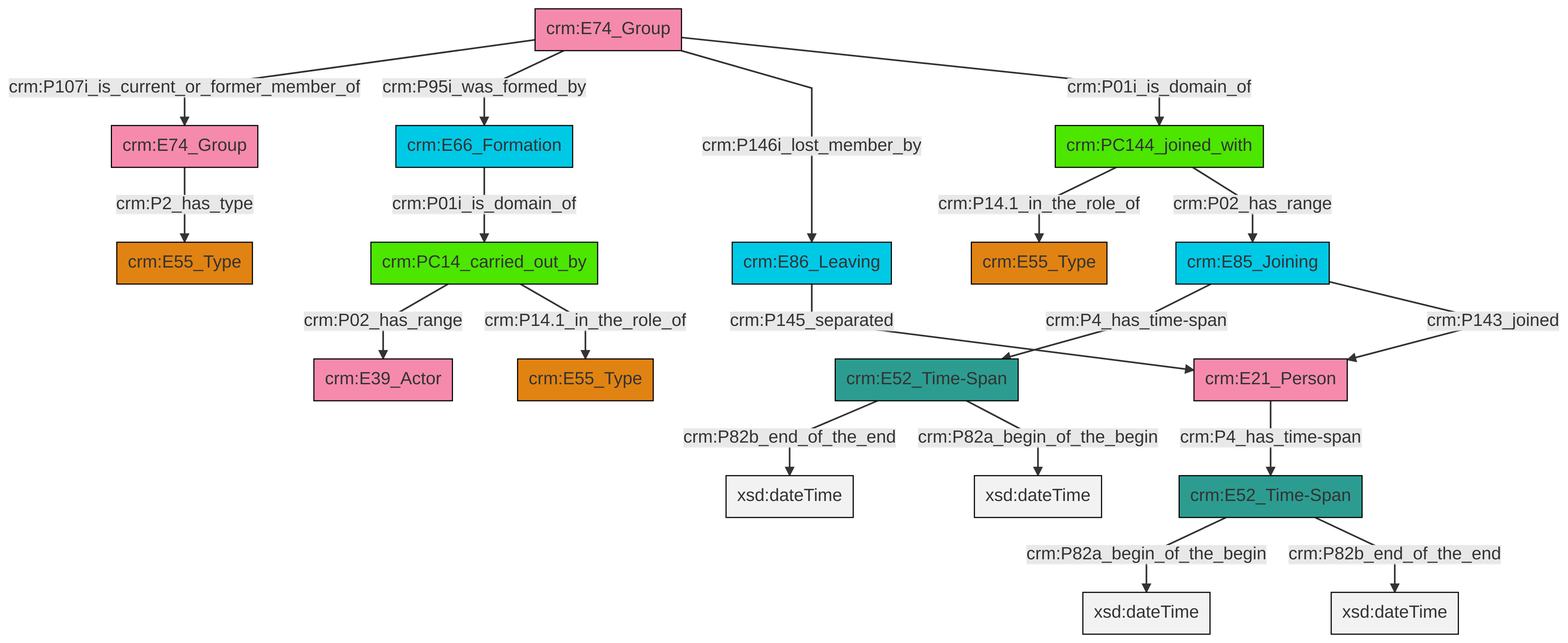
This is et/groupCSV/ttl/mmd/png/group_actor_relations.png from swiss-art-research-net/docs.swissartresearch, a Mermaid export, as it was before one commit. Its source is kept beside it as et/groupCSV/ttl/mmd/group_actor_relations.ttl.mmd. Its diagram source:
```mermaid
graph TD
classDef Literal fill:#f2f2f2,stroke:#000000;
classDef CRM_Entity fill:#FFFFFF,stroke:#000000;
classDef Temporal_Entity fill:#00C9E6, stroke:#000000;
classDef Type fill:#E18312, stroke:#000000;
classDef Time-Span fill:#2C9C91, stroke:#000000;
classDef Appellation fill:#FFEB7F, stroke:#000000;
classDef Place fill:#008836, stroke:#000000;
classDef Persistent_Item fill:#B266B2, stroke:#000000;
classDef Conceptual_Object fill:#FFD700, stroke:#000000;
classDef Physical_Thing fill:#D2B48C, stroke:#000000;
classDef Actor fill:#f58aad, stroke:#000000;
classDef PC_Classes fill:#4ce600, stroke:#000000;
classDef Multi fill:#cccccc,stroke:#000000;

0["crm:E74_Group"]:::Actor -->|crm:P107i_is_current_or_former_member_of| 1["crm:E74_Group"]:::Actor
2["crm:E66_Formation"]:::Temporal_Entity -->|crm:P01i_is_domain_of| 3["crm:PC14_carried_out_by"]:::PC_Classes
5["crm:PC144_joined_with"]:::PC_Classes -->|crm:P14.1_in_the_role_of| 6["crm:E55_Type"]:::Type
7["crm:E52_Time-Span"]:::Time-Span -->|crm:P82a_begin_of_the_begin| 9[xsd:dateTime]:::Literal
12["crm:E52_Time-Span"]:::Time-Span -->|crm:P82b_end_of_the_end| 13[xsd:dateTime]:::Literal
7["crm:E52_Time-Span"]:::Time-Span -->|crm:P82b_end_of_the_end| 16[xsd:dateTime]:::Literal
17["crm:E85_Joining"]:::Temporal_Entity -->|crm:P4_has_time-span| 12["crm:E52_Time-Span"]:::Time-Span
14["crm:E21_Person"]:::Actor -->|crm:P4_has_time-span| 7["crm:E52_Time-Span"]:::Time-Span
0["crm:E74_Group"]:::Actor -->|crm:P95i_was_formed_by| 2["crm:E66_Formation"]:::Temporal_Entity
17["crm:E85_Joining"]:::Temporal_Entity -->|crm:P143_joined| 14["crm:E21_Person"]:::Actor
5["crm:PC144_joined_with"]:::PC_Classes -->|crm:P02_has_range| 17["crm:E85_Joining"]:::Temporal_Entity
3["crm:PC14_carried_out_by"]:::PC_Classes -->|crm:P02_has_range| 22["crm:E39_Actor"]:::Actor
28["crm:E86_Leaving"]:::Temporal_Entity -->|crm:P145_separated| 14["crm:E21_Person"]:::Actor
0["crm:E74_Group"]:::Actor -->|crm:P146i_lost_member_by| 28["crm:E86_Leaving"]:::Temporal_Entity
12["crm:E52_Time-Span"]:::Time-Span -->|crm:P82a_begin_of_the_begin| 33[xsd:dateTime]:::Literal
1["crm:E74_Group"]:::Actor -->|crm:P2_has_type| 19["crm:E55_Type"]:::Type
3["crm:PC14_carried_out_by"]:::PC_Classes -->|crm:P14.1_in_the_role_of| 10["crm:E55_Type"]:::Type
0["crm:E74_Group"]:::Actor -->|crm:P01i_is_domain_of| 5["crm:PC144_joined_with"]:::PC_Classes
```
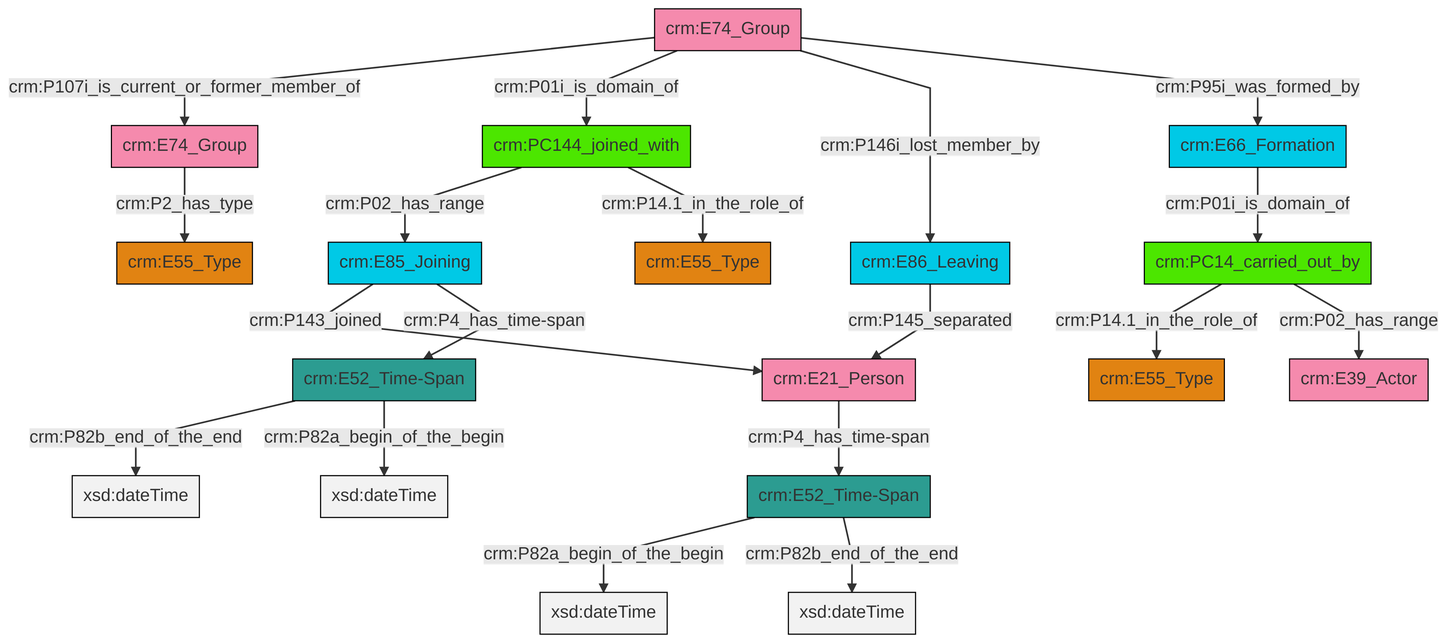
Later version of the same file.

What changed in the source:
```diff
@@ -13,21 +13,21 @@
 classDef PC_Classes fill:#4ce600, stroke:#000000;
 classDef Multi fill:#cccccc,stroke:#000000;
 
-0["crm:E74_Group"]:::Actor -->|crm:P107i_is_current_or_former_member_of| 1["crm:E74_Group"]:::Actor
-2["crm:E66_Formation"]:::Temporal_Entity -->|crm:P01i_is_domain_of| 3["crm:PC14_carried_out_by"]:::PC_Classes
-5["crm:PC144_joined_with"]:::PC_Classes -->|crm:P14.1_in_the_role_of| 6["crm:E55_Type"]:::Type
-7["crm:E52_Time-Span"]:::Time-Span -->|crm:P82a_begin_of_the_begin| 9[xsd:dateTime]:::Literal
-12["crm:E52_Time-Span"]:::Time-Span -->|crm:P82b_end_of_the_end| 13[xsd:dateTime]:::Literal
-7["crm:E52_Time-Span"]:::Time-Span -->|crm:P82b_end_of_the_end| 16[xsd:dateTime]:::Literal
-17["crm:E85_Joining"]:::Temporal_Entity -->|crm:P4_has_time-span| 12["crm:E52_Time-Span"]:::Time-Span
-14["crm:E21_Person"]:::Actor -->|crm:P4_has_time-span| 7["crm:E52_Time-Span"]:::Time-Span
-0["crm:E74_Group"]:::Actor -->|crm:P95i_was_formed_by| 2["crm:E66_Formation"]:::Temporal_Entity
-17["crm:E85_Joining"]:::Temporal_Entity -->|crm:P143_joined| 14["crm:E21_Person"]:::Actor
-5["crm:PC144_joined_with"]:::PC_Classes -->|crm:P02_has_range| 17["crm:E85_Joining"]:::Temporal_Entity
-3["crm:PC14_carried_out_by"]:::PC_Classes -->|crm:P02_has_range| 22["crm:E39_Actor"]:::Actor
-28["crm:E86_Leaving"]:::Temporal_Entity -->|crm:P145_separated| 14["crm:E21_Person"]:::Actor
-0["crm:E74_Group"]:::Actor -->|crm:P146i_lost_member_by| 28["crm:E86_Leaving"]:::Temporal_Entity
-12["crm:E52_Time-Span"]:::Time-Span -->|crm:P82a_begin_of_the_begin| 33[xsd:dateTime]:::Literal
-1["crm:E74_Group"]:::Actor -->|crm:P2_has_type| 19["crm:E55_Type"]:::Type
-3["crm:PC14_carried_out_by"]:::PC_Classes -->|crm:P14.1_in_the_role_of| 10["crm:E55_Type"]:::Type
-0["crm:E74_Group"]:::Actor -->|crm:P01i_is_domain_of| 5["crm:PC144_joined_with"]:::PC_Classes
+0["crm:E66_Formation"]:::Temporal_Entity -->|crm:P01i_is_domain_of| 1["crm:PC14_carried_out_by"]:::PC_Classes
+2["crm:E74_Group"]:::Actor -->|crm:P107i_is_current_or_former_member_of| 3["crm:E74_Group"]:::Actor
+4["crm:PC144_joined_with"]:::PC_Classes -->|crm:P02_has_range| 5["crm:E85_Joining"]:::Temporal_Entity
+2["crm:E74_Group"]:::Actor -->|crm:P01i_is_domain_of| 4["crm:PC144_joined_with"]:::PC_Classes
+6["crm:E52_Time-Span"]:::Time-Span -->|crm:P82b_end_of_the_end| 7[xsd:dateTime]:::Literal
+8["crm:E52_Time-Span"]:::Time-Span -->|crm:P82a_begin_of_the_begin| 12[xsd:dateTime]:::Literal
+1["crm:PC14_carried_out_by"]:::PC_Classes -->|crm:P14.1_in_the_role_of| 13["crm:E55_Type"]:::Type
+4["crm:PC144_joined_with"]:::PC_Classes -->|crm:P14.1_in_the_role_of| 10["crm:E55_Type"]:::Type
+16["crm:E86_Leaving"]:::Temporal_Entity -->|crm:P145_separated| 17["crm:E21_Person"]:::Actor
+3["crm:E74_Group"]:::Actor -->|crm:P2_has_type| 18["crm:E55_Type"]:::Type
+5["crm:E85_Joining"]:::Temporal_Entity -->|crm:P143_joined| 17["crm:E21_Person"]:::Actor
+2["crm:E74_Group"]:::Actor -->|crm:P146i_lost_member_by| 16["crm:E86_Leaving"]:::Temporal_Entity
+17["crm:E21_Person"]:::Actor -->|crm:P4_has_time-span| 8["crm:E52_Time-Span"]:::Time-Span
+2["crm:E74_Group"]:::Actor -->|crm:P95i_was_formed_by| 0["crm:E66_Formation"]:::Temporal_Entity
+8["crm:E52_Time-Span"]:::Time-Span -->|crm:P82b_end_of_the_end| 24[xsd:dateTime]:::Literal
+6["crm:E52_Time-Span"]:::Time-Span -->|crm:P82a_begin_of_the_begin| 28[xsd:dateTime]:::Literal
+5["crm:E85_Joining"]:::Temporal_Entity -->|crm:P4_has_time-span| 6["crm:E52_Time-Span"]:::Time-Span
+1["crm:PC14_carried_out_by"]:::PC_Classes -->|crm:P02_has_range| 29["crm:E39_Actor"]:::Actor
```
